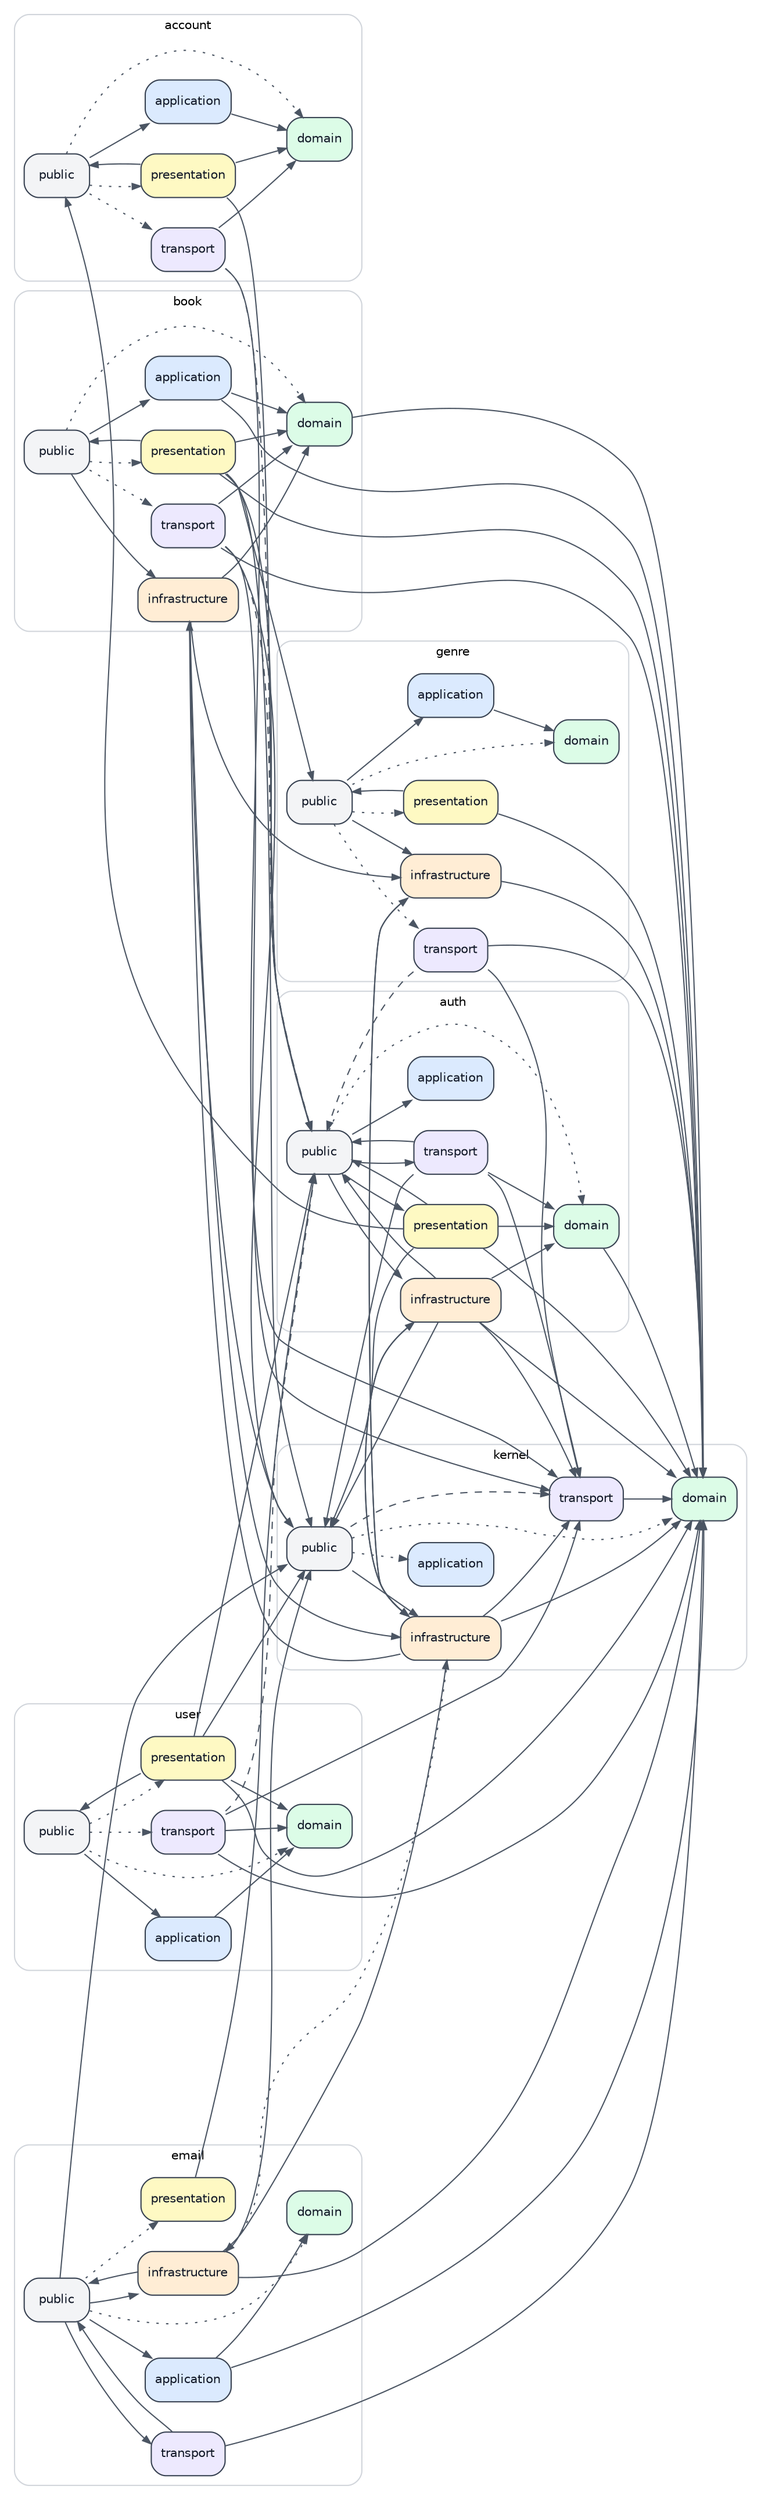
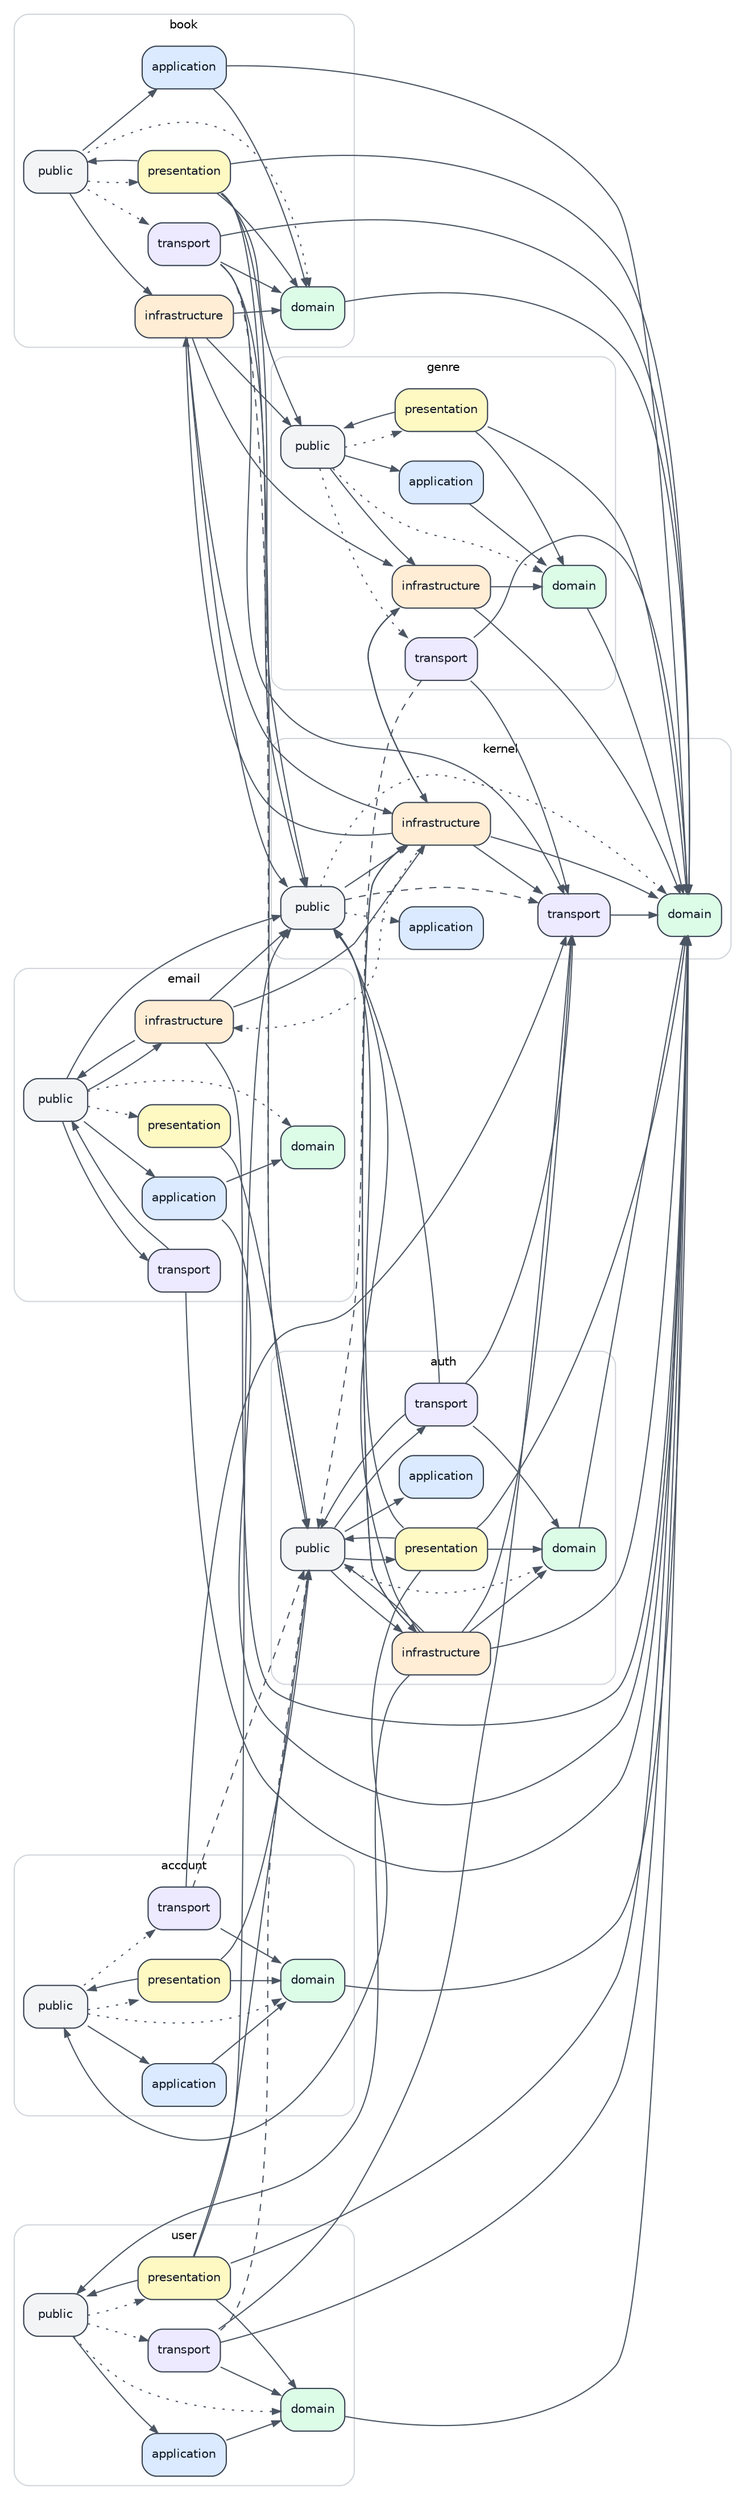
digraph ModuleLayerDependencies {
  graph [rankdir="LR", compound="true", fontname="Helvetica", fontsize="10", nodesep="0.35", ranksep="0.55"];
  node [shape="box", style="rounded,filled", fontname="Helvetica", fontsize="10", color="#374151", fontcolor="#111827"];
  edge [arrowsize="0.7", color="#4b5563", fontname="Helvetica", fontsize="9"];

  subgraph cluster_account {
    label="account";
    color="#d1d5db";
    style="rounded";
    "account/public" [label="public", fillcolor="#f3f4f6"];
    "account/application" [label="application", fillcolor="#dbeafe"];
    "account/domain" [label="domain", fillcolor="#dcfce7"];
    "account/presentation" [label="presentation", fillcolor="#fef9c3"];
    "account/transport" [label="transport", fillcolor="#ede9fe"];
  }

  subgraph cluster_auth {
    label="auth";
    color="#d1d5db";
    style="rounded";
    "auth/public" [label="public", fillcolor="#f3f4f6"];
    "auth/application" [label="application", fillcolor="#dbeafe"];
    "auth/domain" [label="domain", fillcolor="#dcfce7"];
    "auth/infrastructure" [label="infrastructure", fillcolor="#ffedd5"];
    "auth/presentation" [label="presentation", fillcolor="#fef9c3"];
    "auth/transport" [label="transport", fillcolor="#ede9fe"];
  }

  subgraph cluster_book {
    label="book";
    color="#d1d5db";
    style="rounded";
    "book/public" [label="public", fillcolor="#f3f4f6"];
    "book/application" [label="application", fillcolor="#dbeafe"];
    "book/domain" [label="domain", fillcolor="#dcfce7"];
    "book/infrastructure" [label="infrastructure", fillcolor="#ffedd5"];
    "book/presentation" [label="presentation", fillcolor="#fef9c3"];
    "book/transport" [label="transport", fillcolor="#ede9fe"];
  }

  subgraph cluster_email {
    label="email";
    color="#d1d5db";
    style="rounded";
    "email/public" [label="public", fillcolor="#f3f4f6"];
    "email/application" [label="application", fillcolor="#dbeafe"];
    "email/domain" [label="domain", fillcolor="#dcfce7"];
    "email/infrastructure" [label="infrastructure", fillcolor="#ffedd5"];
    "email/presentation" [label="presentation", fillcolor="#fef9c3"];
    "email/transport" [label="transport", fillcolor="#ede9fe"];
  }

  subgraph cluster_genre {
    label="genre";
    color="#d1d5db";
    style="rounded";
    "genre/public" [label="public", fillcolor="#f3f4f6"];
    "genre/application" [label="application", fillcolor="#dbeafe"];
    "genre/domain" [label="domain", fillcolor="#dcfce7"];
    "genre/infrastructure" [label="infrastructure", fillcolor="#ffedd5"];
    "genre/presentation" [label="presentation", fillcolor="#fef9c3"];
    "genre/transport" [label="transport", fillcolor="#ede9fe"];
  }

  subgraph cluster_kernel {
    label="kernel";
    color="#d1d5db";
    style="rounded";
    "kernel/public" [label="public", fillcolor="#f3f4f6"];
    "kernel/application" [label="application", fillcolor="#dbeafe"];
    "kernel/domain" [label="domain", fillcolor="#dcfce7"];
    "kernel/infrastructure" [label="infrastructure", fillcolor="#ffedd5"];
    "kernel/transport" [label="transport", fillcolor="#ede9fe"];
  }

  subgraph cluster_user {
    label="user";
    color="#d1d5db";
    style="rounded";
    "user/public" [label="public", fillcolor="#f3f4f6"];
    "user/application" [label="application", fillcolor="#dbeafe"];
    "user/domain" [label="domain", fillcolor="#dcfce7"];
    "user/presentation" [label="presentation", fillcolor="#fef9c3"];
    "user/transport" [label="transport", fillcolor="#ede9fe"];
  }

  "account/application" -> "account/domain" [style="solid"];
+   "account/domain" -> "kernel/domain" [style="solid"];
  "account/presentation" -> "account/domain" [style="solid"];
  "account/presentation" -> "account/public" [style="solid"];
  "account/presentation" -> "auth/public" [style="solid"];
  "account/public" -> "account/application" [style="solid"];
  "account/public" -> "account/domain" [style="dotted"];
  "account/public" -> "account/presentation" [style="dotted"];
  "account/public" -> "account/transport" [style="dotted"];
  "account/transport" -> "account/domain" [style="solid"];
  "account/transport" -> "auth/public" [style="dashed"];
  "account/transport" -> "kernel/transport" [style="solid"];
  "auth/domain" -> "kernel/domain" [style="solid"];
  "auth/infrastructure" -> "auth/domain" [style="solid"];
  "auth/infrastructure" -> "auth/public" [style="solid"];
  "auth/infrastructure" -> "kernel/domain" [style="solid"];
  "auth/infrastructure" -> "kernel/infrastructure" [style="solid"];
  "auth/infrastructure" -> "kernel/public" [style="solid"];
  "auth/infrastructure" -> "kernel/transport" [style="solid"];
+   "auth/infrastructure" -> "user/public" [style="solid"];
  "auth/presentation" -> "account/public" [style="solid"];
  "auth/presentation" -> "auth/domain" [style="solid"];
  "auth/presentation" -> "auth/public" [style="solid"];
  "auth/presentation" -> "kernel/domain" [style="solid"];
  "auth/presentation" -> "kernel/public" [style="solid"];
  "auth/public" -> "auth/application" [style="solid"];
  "auth/public" -> "auth/domain" [style="dotted"];
  "auth/public" -> "auth/infrastructure" [style="solid"];
  "auth/public" -> "auth/presentation" [style="solid"];
  "auth/public" -> "auth/transport" [style="solid"];
  "auth/transport" -> "auth/domain" [style="solid"];
  "auth/transport" -> "auth/public" [style="solid"];
  "auth/transport" -> "kernel/public" [style="solid"];
  "auth/transport" -> "kernel/transport" [style="solid"];
  "book/application" -> "book/domain" [style="solid"];
  "book/application" -> "kernel/domain" [style="solid"];
  "book/domain" -> "kernel/domain" [style="solid"];
  "book/infrastructure" -> "book/domain" [style="solid"];
  "book/infrastructure" -> "genre/infrastructure" [style="solid"];
+   "book/infrastructure" -> "genre/public" [style="solid"];
  "book/infrastructure" -> "kernel/infrastructure" [style="solid"];
  "book/infrastructure" -> "kernel/public" [style="solid"];
  "book/presentation" -> "auth/public" [style="solid"];
  "book/presentation" -> "book/domain" [style="solid"];
  "book/presentation" -> "book/public" [style="solid"];
  "book/presentation" -> "genre/public" [style="solid"];
  "book/presentation" -> "kernel/domain" [style="solid"];
  "book/presentation" -> "kernel/public" [style="solid"];
  "book/public" -> "book/application" [style="solid"];
  "book/public" -> "book/domain" [style="dotted"];
  "book/public" -> "book/infrastructure" [style="solid"];
  "book/public" -> "book/presentation" [style="dotted"];
  "book/public" -> "book/transport" [style="dotted"];
  "book/transport" -> "auth/public" [style="dashed"];
  "book/transport" -> "book/domain" [style="solid"];
  "book/transport" -> "kernel/domain" [style="solid"];
  "book/transport" -> "kernel/public" [style="solid"];
  "book/transport" -> "kernel/transport" [style="solid"];
  "email/application" -> "email/domain" [style="solid"];
  "email/application" -> "kernel/domain" [style="solid"];
  "email/infrastructure" -> "email/public" [style="solid"];
  "email/infrastructure" -> "kernel/domain" [style="solid"];
  "email/infrastructure" -> "kernel/infrastructure" [style="solid"];
  "email/infrastructure" -> "kernel/public" [style="solid"];
  "email/presentation" -> "auth/public" [style="solid"];
  "email/public" -> "email/application" [style="solid"];
  "email/public" -> "email/domain" [style="dotted"];
  "email/public" -> "email/infrastructure" [style="solid"];
  "email/public" -> "email/presentation" [style="dotted"];
  "email/public" -> "email/transport" [style="solid"];
  "email/public" -> "kernel/public" [style="solid"];
  "email/transport" -> "email/public" [style="solid"];
  "email/transport" -> "kernel/domain" [style="solid"];
  "genre/application" -> "genre/domain" [style="solid"];
+   "genre/domain" -> "kernel/domain" [style="solid"];
+   "genre/infrastructure" -> "genre/domain" [style="solid"];
  "genre/infrastructure" -> "kernel/domain" [style="solid"];
  "genre/infrastructure" -> "kernel/infrastructure" [style="solid"];
+   "genre/presentation" -> "genre/domain" [style="solid"];
  "genre/presentation" -> "genre/public" [style="solid"];
  "genre/presentation" -> "kernel/domain" [style="solid"];
  "genre/public" -> "genre/application" [style="solid"];
  "genre/public" -> "genre/domain" [style="dotted"];
  "genre/public" -> "genre/infrastructure" [style="solid"];
  "genre/public" -> "genre/presentation" [style="dotted"];
  "genre/public" -> "genre/transport" [style="dotted"];
  "genre/transport" -> "auth/public" [style="dashed"];
  "genre/transport" -> "kernel/domain" [style="solid"];
  "genre/transport" -> "kernel/transport" [style="solid"];
  "kernel/infrastructure" -> "auth/infrastructure" [style="solid"];
  "kernel/infrastructure" -> "book/infrastructure" [style="solid"];
  "kernel/infrastructure" -> "email/infrastructure" [style="dotted"];
  "kernel/infrastructure" -> "genre/infrastructure" [style="solid"];
  "kernel/infrastructure" -> "kernel/domain" [style="solid"];
  "kernel/infrastructure" -> "kernel/transport" [style="solid"];
  "kernel/public" -> "kernel/application" [style="dotted"];
  "kernel/public" -> "kernel/domain" [style="dotted"];
  "kernel/public" -> "kernel/infrastructure" [style="solid"];
  "kernel/public" -> "kernel/transport" [style="dashed"];
  "kernel/transport" -> "kernel/domain" [style="solid"];
  "user/application" -> "user/domain" [style="solid"];
+   "user/domain" -> "kernel/domain" [style="solid"];
  "user/presentation" -> "auth/public" [style="solid"];
  "user/presentation" -> "kernel/domain" [style="solid"];
  "user/presentation" -> "kernel/public" [style="solid"];
  "user/presentation" -> "user/domain" [style="solid"];
  "user/presentation" -> "user/public" [style="solid"];
  "user/public" -> "user/application" [style="solid"];
  "user/public" -> "user/domain" [style="dotted"];
  "user/public" -> "user/presentation" [style="dotted"];
  "user/public" -> "user/transport" [style="dotted"];
  "user/transport" -> "auth/public" [style="dashed"];
  "user/transport" -> "kernel/domain" [style="solid"];
  "user/transport" -> "kernel/transport" [style="solid"];
  "user/transport" -> "user/domain" [style="solid"];
}
